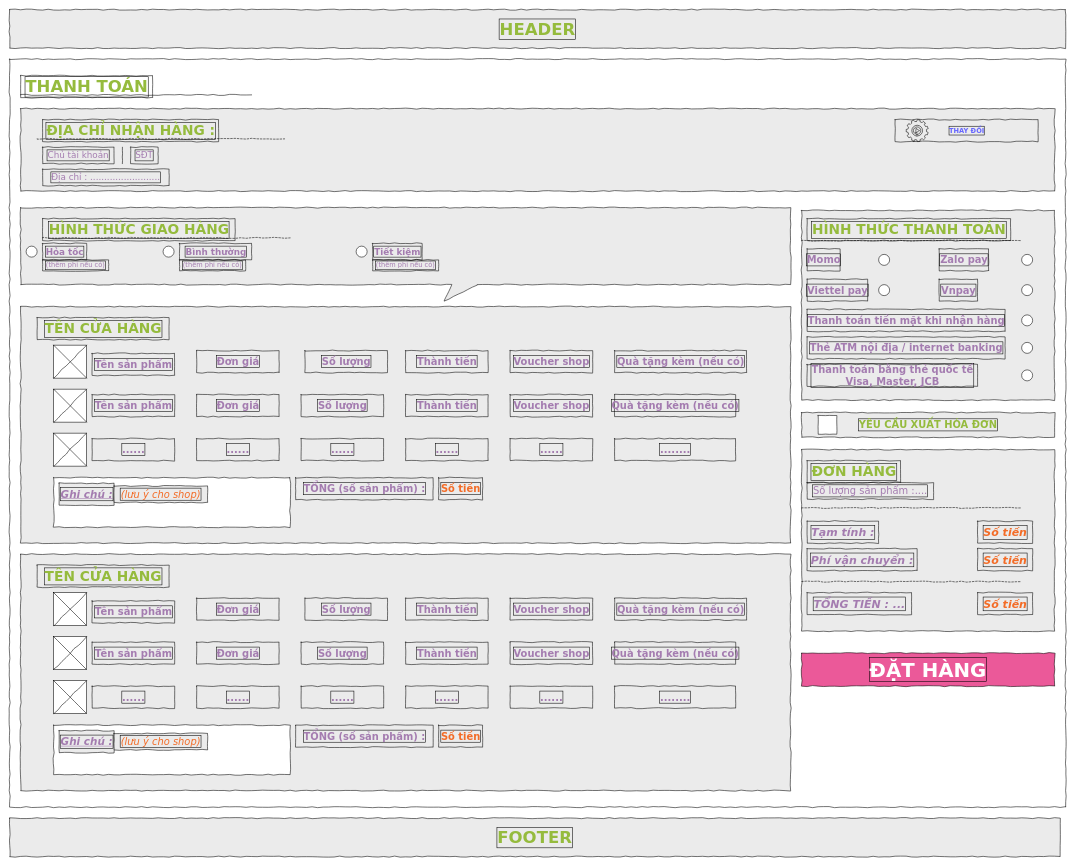
This is page "checkout" (5 of 5) of 3. Applications/1. Design (UI-UX)/1. Wireframe/Nghia-Wireframe.drawio from XiaoYuki2010/Classroom-GSS0123, a draw.io file, before an edit. Source tidied: cells renumbered, new cells numbered last; positions are measured from the earlier drawing's top-left corner, leaving out a move shared by most shapes. Both pictures are drawn from the tidied source at 55%, with x=0, y=0 at pixel (9, 9).
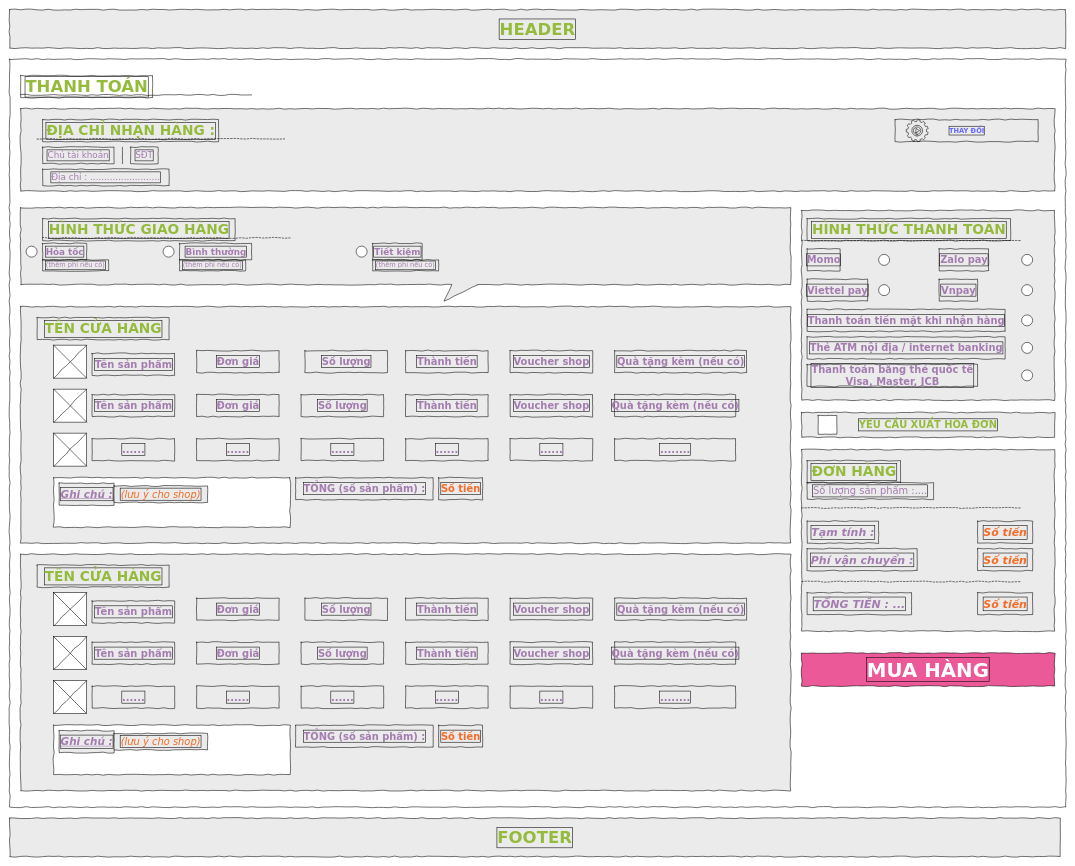
The same page after the edit.

What changed in the source:
```diff
@@
-    <mxCell id="79" value="&lt;b style=&quot;font-size: 36px;&quot;&gt;ĐẶT HÀNG&lt;/b&gt;" style="rounded=0;whiteSpace=wrap;html=1;shadow=0;strokeColor=#000000;strokeWidth=1;fontSize=36;fillColor=#EB5999;fontColor=#FFFFFF;fontFamily=Verdana;glass=0;labelBackgroundColor=none;labelBorderColor=default;sketch=0;hachureGap=4;jiggle=2;curveFitting=1;comic=1;" parent="1" vertex="1">
+    <mxCell id="79" value="&lt;b&gt;MUA HÀNG&lt;/b&gt;" style="rounded=0;whiteSpace=wrap;html=1;shadow=0;strokeColor=#000000;strokeWidth=1;fontSize=36;fillColor=#EB5999;fontColor=#FFFFFF;fontFamily=Verdana;glass=0;labelBackgroundColor=none;labelBorderColor=default;sketch=0;hachureGap=4;jiggle=2;curveFitting=1;comic=1;" parent="1" vertex="1">
       <mxGeometry x="1440" y="1170" width="460" height="60" as="geometry" />
     </mxCell>
```
